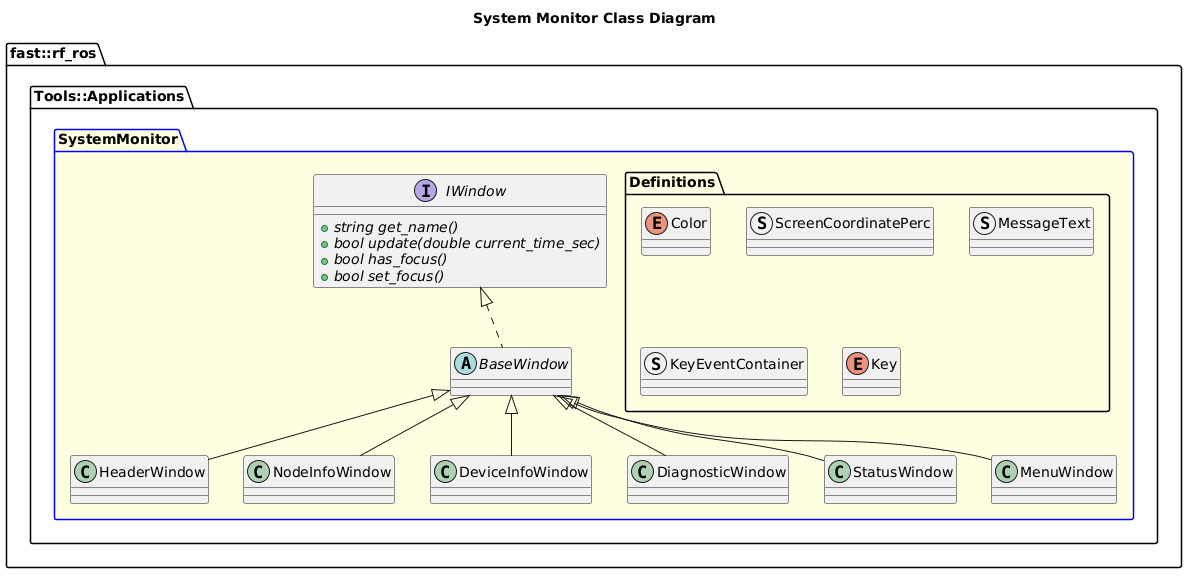
The PlantUML diagram Tools/Applications/SystemMonitor/doc/puml/SystemMonitorClassDiagram.png in fastrobotics/robot_framework_ros, before a commit.
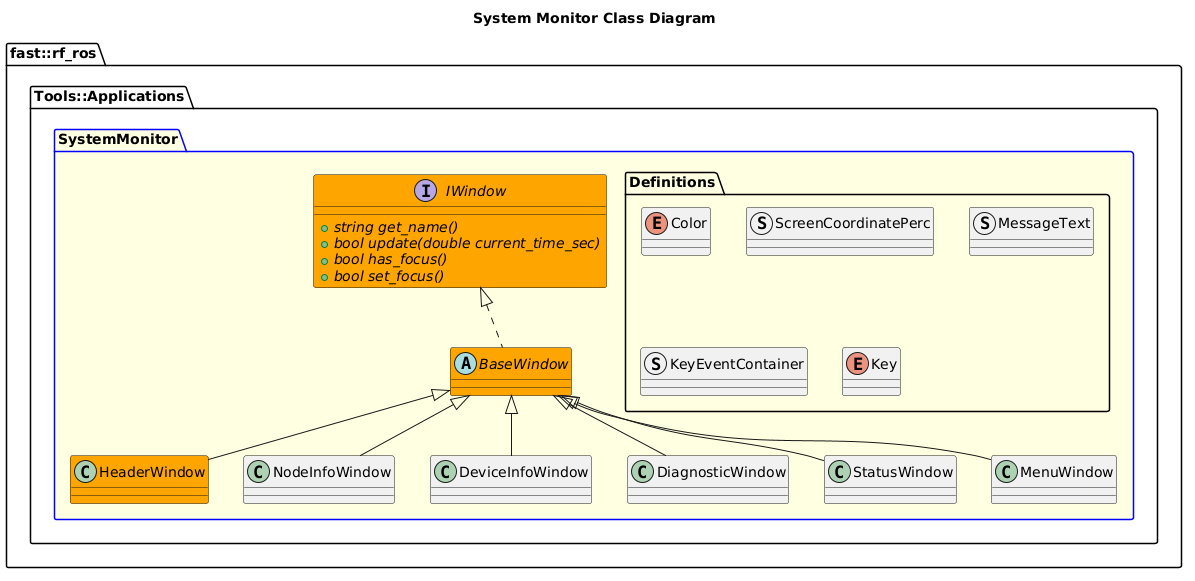
Later version of the same file.

The edit, as a diff of the source:
```diff
@@ -11,18 +11,18 @@
                 struct KeyEventContainer
                 enum Key
             }
-            interface IWindow {
+            interface IWindow #Orange {
                 +{abstract} string get_name()
                 +{abstract} bool update(double current_time_sec)
                 +{abstract} bool has_focus()
                 +{abstract} bool set_focus()
             }
-            abstract BaseWindow {
+            abstract BaseWindow #Orange {
 
             }
             BaseWindow .up.|> IWindow
 
-            class HeaderWindow {
+            class HeaderWindow #Orange {
 
             }
             HeaderWindow -up-|> BaseWindow
```
